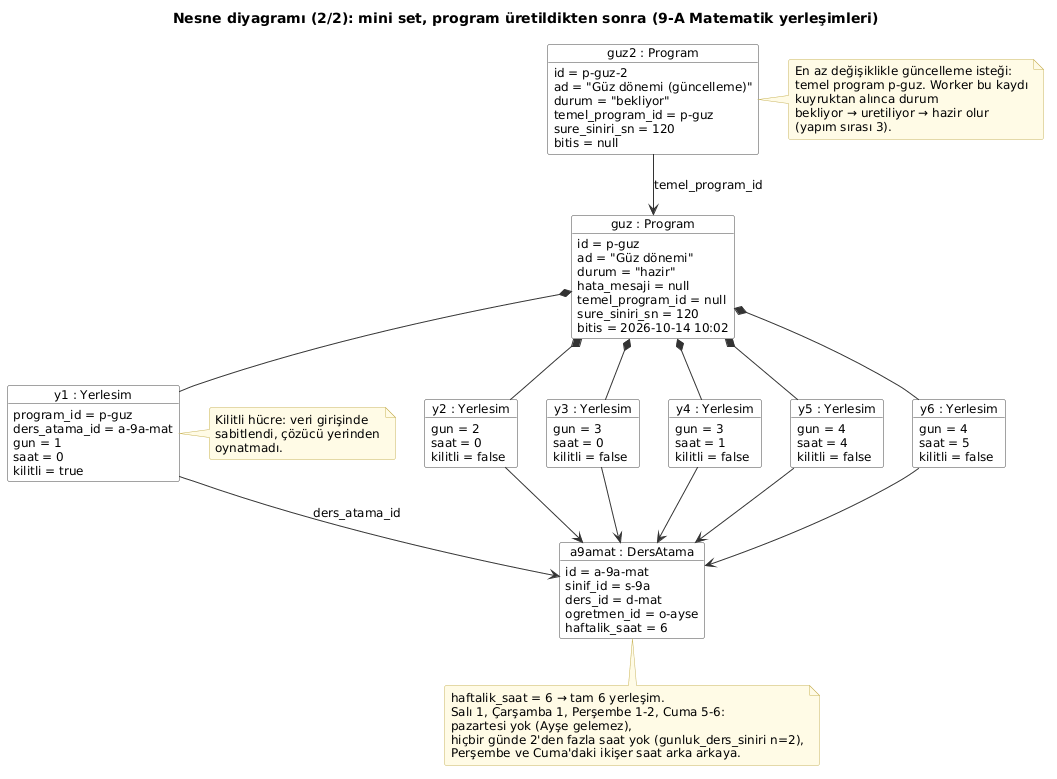
This is docs/diyagramlar/cikti/08-nesne-program-sonrasi.png from yusuf-aycicek/cizelge, a PlantUML export, as it was before one commit. Its diagram source:
```plantuml
@startuml 08-nesne-program-sonrasi
!include _stil.iuml
title Nesne diyagramı (2/2): mini set, program üretildikten sonra (9-A Matematik yerleşimleri)


object "a9amat : DersAtama" as atama {
  id = a-9a-mat
  sinif_id = s-9a
  ders_id = d-mat
  ogretmen_id = o-ayse
  haftalik_saat = 6
}

object "guz : Program" as p1 {
  id = p-guz
  ad = "Güz dönemi"
  durum = "hazir"
  hata_mesaji = null
  temel_program_id = null
  sure_siniri_sn = 120
  bitis = 2026-10-14 10:02
}

object "y1 : Yerlesim" as y1 {
  program_id = p-guz
  ders_atama_id = a-9a-mat
  gun = 1
  saat = 0
  kilitli = true
}
object "y2 : Yerlesim" as y2 {
  gun = 2
  saat = 0
  kilitli = false
}
object "y3 : Yerlesim" as y3 {
  gun = 3
  saat = 0
  kilitli = false
}
object "y4 : Yerlesim" as y4 {
  gun = 3
  saat = 1
  kilitli = false
}
object "y5 : Yerlesim" as y5 {
  gun = 4
  saat = 4
  kilitli = false
}
object "y6 : Yerlesim" as y6 {
  gun = 4
  saat = 5
  kilitli = false
}

object "guz2 : Program" as p2 {
  id = p-guz-2
  ad = "Güz dönemi (güncelleme)"
  durum = "bekliyor"
  temel_program_id = p-guz
  sure_siniri_sn = 120
  bitis = null
}

p1 *-- y1
p1 *-- y2
p1 *-- y3
p1 *-- y4
p1 *-- y5
p1 *-- y6
y1 --> atama : ders_atama_id
y2 --> atama
y3 --> atama
y4 --> atama
y5 --> atama
y6 --> atama
p2 --> p1 : temel_program_id

note bottom of atama
  haftalik_saat = 6 → tam 6 yerleşim.
  Salı 1, Çarşamba 1, Perşembe 1-2, Cuma 5-6:
  pazartesi yok (Ayşe gelemez),
  hiçbir günde 2'den fazla saat yok (gunluk_ders_siniri n=2),
  Perşembe ve Cuma'daki ikişer saat arka arkaya.
end note

note right of y1
  Kilitli hücre: veri girişinde
  sabitlendi, çözücü yerinden
  oynatmadı.
end note

note right of p2
  En az değişiklikle güncelleme isteği:
  temel program p-guz. Worker bu kaydı
  kuyruktan alınca durum
  bekliyor → uretiliyor → hazir olur
  (yapım sırası 3).
end note
@enduml
```
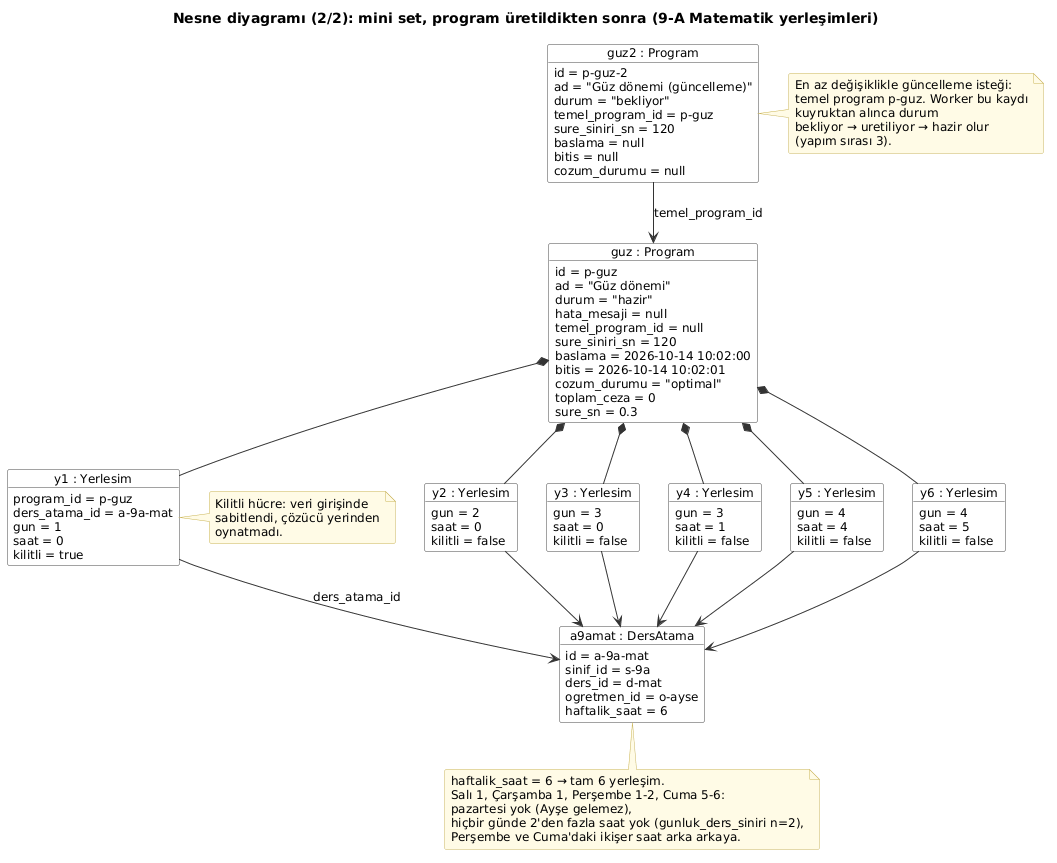
The same diagram one commit later.

Diff of the diagram source:
```diff
@@ -18,7 +18,11 @@
   hata_mesaji = null
   temel_program_id = null
   sure_siniri_sn = 120
-  bitis = 2026-10-14 10:02
+  baslama = 2026-10-14 10:02:00
+  bitis = 2026-10-14 10:02:01
+  cozum_durumu = "optimal"
+  toplam_ceza = 0
+  sure_sn = 0.3
 }
 
 object "y1 : Yerlesim" as y1 {
@@ -60,7 +64,9 @@
   durum = "bekliyor"
   temel_program_id = p-guz
   sure_siniri_sn = 120
+  baslama = null
   bitis = null
+  cozum_durumu = null
 }
 
 p1 *-- y1
```
